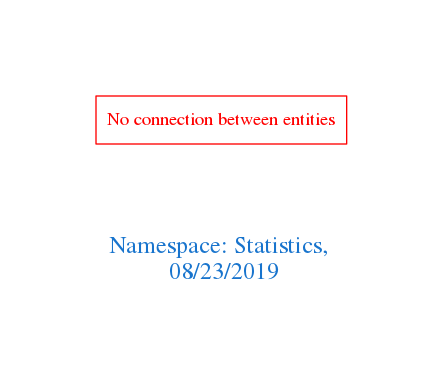
This is downloads/Statistics.png from arago/OGIT, a Graphviz export, as it was before one commit. Its source is kept beside it as downloads/Statistics.dot.
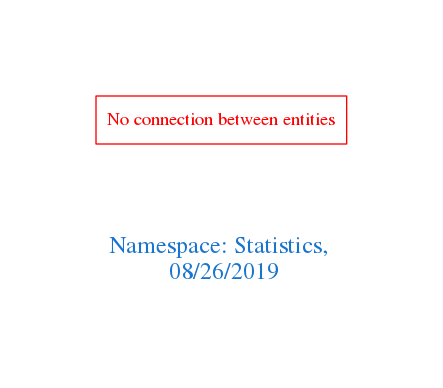
The same diagram one commit later.

Diff of the diagram source:
```diff
@@ -1,7 +1,7 @@
 digraph OGIT_ontology {
  graph [ rankdir= LR,pad=1
 fontsize = 18,
-fontcolor= dodgerblue3,label = "\n\n\nNamespace: Statistics, \n 08/23/2019"];
+fontcolor= dodgerblue3,label = "\n\n\nNamespace: Statistics, \n 08/26/2019"];
 node[shape=polygon];
 edge [  color="gray81"];
 
```
